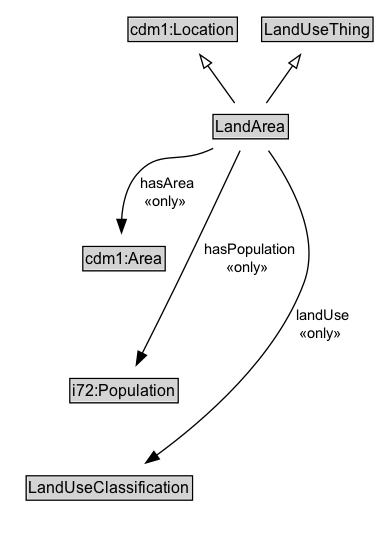
Before: docs/diagrams/LandArea.dot.png, a diagram exported from Graphviz (ISO-TC204/ontology-cdm-p2-v1). Its source is kept beside it as docs/diagrams/LandArea.dot. Its diagram source:
```dot
digraph {
	graph [overlap=false rankdir=TB splines=true]
	node [fontname=Arial fontsize=12 margin=0 shape=none]
	edge [fontname=Arial fontsize=11]
	{
		rank=max
		LandArea [label=<<TABLE BORDER="1" CELLBORDER="0" CELLSPACING="0" CELLPADDING="1"><TR><TD BGCOLOR="lightgray" ALIGN="CENTER" PORT="e">LandArea</TD></TR></TABLE>> URL="../LandArea.md" margin=0]
	}
	subgraph cluster_associated {
		label="" style=invis
		Invis [label=<<TABLE BORDER="0" CELLBORDER="0" CELLSPACING="0" CELLPADDING="1"><TR><TD></TD></TR></TABLE>> margin=0 style=invis]
		cdm1_Area [label=<<TABLE BORDER="1" CELLBORDER="0" CELLSPACING="0" CELLPADDING="1"><TR><TD BGCOLOR="lightgray" ALIGN="CENTER">cdm1:Area</TD></TR></TABLE>> margin=0]
		i72_Population [label=<<TABLE BORDER="1" CELLBORDER="0" CELLSPACING="0" CELLPADDING="1"><TR><TD BGCOLOR="lightgray" ALIGN="CENTER">i72:Population</TD></TR></TABLE>> margin=0]
		LandUseClassification [label=<<TABLE BORDER="1" CELLBORDER="0" CELLSPACING="0" CELLPADDING="1"><TR><TD BGCOLOR="lightgray" ALIGN="CENTER">LandUseClassification</TD></TR></TABLE>> URL="../LandUseClassification.md" margin=0]
	}
	cdm1_Location [label=<<TABLE BORDER="1" CELLBORDER="0" CELLSPACING="0" CELLPADDING="1"><TR><TD BGCOLOR="lightgray" ALIGN="CENTER">cdm1:Location</TD></TR></TABLE>> margin=0]
	LandArea -> cdm1_Location [arrowhead=onormal style=solid]
	LandUseThing [label=<<TABLE BORDER="1" CELLBORDER="0" CELLSPACING="0" CELLPADDING="1"><TR><TD BGCOLOR="lightgray" ALIGN="CENTER">LandUseThing</TD></TR></TABLE>> URL="../LandUseThing.md" margin=0]
	LandArea -> LandUseThing [arrowhead=onormal style=solid]
	LandArea -> Invis [style=invis]
	Invis -> cdm1_Area [style=invis]
	cdm1_Area -> i72_Population [style=invis]
	i72_Population -> LandUseClassification [style=invis]
	LandArea -> cdm1_Area [label=" hasArea
 «only»  " arrowhead=normal style=solid]
	LandArea -> LandUseClassification [label=" landUse
 «only»  " arrowhead=normal style=solid]
	LandArea -> i72_Population [label=" hasPopulation
 «only»  " arrowhead=normal style=solid]
}
```
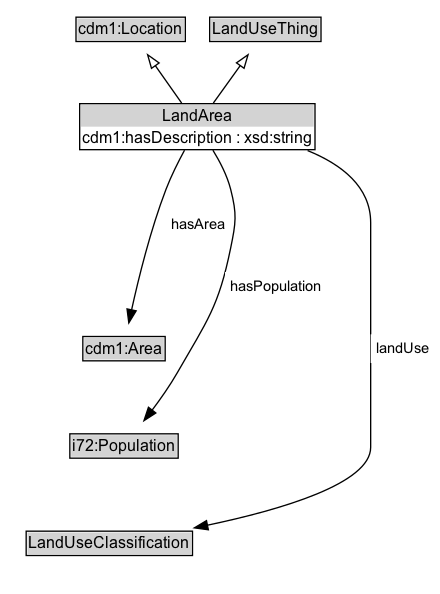
Later version of the same file.

The edit, as a diff of the source:
```diff
@@ -3,28 +3,31 @@
 	node [fontname=Arial fontsize=12 margin=0 shape=none]
 	edge [fontname=Arial fontsize=11]
 	{
+		rank=source
+		cdm1_Location [label=<<TABLE BORDER="1" CELLBORDER="0" CELLSPACING="0" CELLPADDING="1"><TR><TD BGCOLOR="lightgray" ALIGN="CENTER">cdm1:Location</TD></TR></TABLE>> URL="https://w3id.org/citydata/part1/v1/Location" margin=0]
+		LandUseThing [label=<<TABLE BORDER="1" CELLBORDER="0" CELLSPACING="0" CELLPADDING="1"><TR><TD BGCOLOR="lightgray" ALIGN="CENTER">LandUseThing</TD></TR></TABLE>> URL="../LandUseThing" margin=0]
+	}
+	LandArea [label=<<TABLE BORDER="1" CELLBORDER="0" CELLSPACING="0" CELLPADDING="1"><TR><TD BGCOLOR="lightgray" ALIGN="CENTER">LandArea</TD></TR><TR><TD ALIGN="LEFT">cdm1:hasDescription : xsd:string</TD></TR></TABLE>> URL="../LandArea" margin=0]
+	{
 		rank=max
-		LandArea [label=<<TABLE BORDER="1" CELLBORDER="0" CELLSPACING="0" CELLPADDING="1"><TR><TD BGCOLOR="lightgray" ALIGN="CENTER" PORT="e">LandArea</TD></TR></TABLE>> URL="../LandArea.md" margin=0]
 	}
 	subgraph cluster_associated {
 		label="" style=invis
 		Invis [label=<<TABLE BORDER="0" CELLBORDER="0" CELLSPACING="0" CELLPADDING="1"><TR><TD></TD></TR></TABLE>> margin=0 style=invis]
-		cdm1_Area [label=<<TABLE BORDER="1" CELLBORDER="0" CELLSPACING="0" CELLPADDING="1"><TR><TD BGCOLOR="lightgray" ALIGN="CENTER">cdm1:Area</TD></TR></TABLE>> margin=0]
-		i72_Population [label=<<TABLE BORDER="1" CELLBORDER="0" CELLSPACING="0" CELLPADDING="1"><TR><TD BGCOLOR="lightgray" ALIGN="CENTER">i72:Population</TD></TR></TABLE>> margin=0]
-		LandUseClassification [label=<<TABLE BORDER="1" CELLBORDER="0" CELLSPACING="0" CELLPADDING="1"><TR><TD BGCOLOR="lightgray" ALIGN="CENTER">LandUseClassification</TD></TR></TABLE>> URL="../LandUseClassification.md" margin=0]
+		cdm1_Area [label=<<TABLE BORDER="1" CELLBORDER="0" CELLSPACING="0" CELLPADDING="1"><TR><TD BGCOLOR="lightgray" ALIGN="CENTER">cdm1:Area</TD></TR></TABLE>> URL="https://w3id.org/citydata/part1/v1/Area" margin=0]
+		i72_Population [label=<<TABLE BORDER="1" CELLBORDER="0" CELLSPACING="0" CELLPADDING="1"><TR><TD BGCOLOR="lightgray" ALIGN="CENTER">i72:Population</TD></TR></TABLE>> URL="https://w3id.org/citydata/21972/v1/Population" margin=0]
+		LandUseClassification [label=<<TABLE BORDER="1" CELLBORDER="0" CELLSPACING="0" CELLPADDING="1"><TR><TD BGCOLOR="lightgray" ALIGN="CENTER">LandUseClassification</TD></TR></TABLE>> URL="../LandUseClassification" margin=0]
 	}
-	cdm1_Location [label=<<TABLE BORDER="1" CELLBORDER="0" CELLSPACING="0" CELLPADDING="1"><TR><TD BGCOLOR="lightgray" ALIGN="CENTER">cdm1:Location</TD></TR></TABLE>> margin=0]
 	LandArea -> cdm1_Location [arrowhead=onormal style=solid]
-	LandUseThing [label=<<TABLE BORDER="1" CELLBORDER="0" CELLSPACING="0" CELLPADDING="1"><TR><TD BGCOLOR="lightgray" ALIGN="CENTER">LandUseThing</TD></TR></TABLE>> URL="../LandUseThing.md" margin=0]
 	LandArea -> LandUseThing [arrowhead=onormal style=solid]
 	LandArea -> Invis [style=invis]
 	Invis -> cdm1_Area [style=invis]
 	cdm1_Area -> i72_Population [style=invis]
 	i72_Population -> LandUseClassification [style=invis]
-	LandArea -> cdm1_Area [label=" hasArea
- «only»  " arrowhead=normal style=solid]
-	LandArea -> LandUseClassification [label=" landUse
- «only»  " arrowhead=normal style=solid]
-	LandArea -> i72_Population [label=" hasPopulation
- «only»  " arrowhead=normal style=solid]
+	LandUseClassification [label=<<TABLE BORDER="1" CELLBORDER="0" CELLSPACING="0" CELLPADDING="1"><TR><TD BGCOLOR="lightgray" ALIGN="CENTER">LandUseClassification</TD></TR></TABLE>> URL="../LandUseClassification" margin=0]
+	LandArea -> LandUseClassification [label=<<TABLE BORDER="0" CELLBORDER="0" CELLSPACING="0" CELLPADDING="4" BGCOLOR="white"><TR><TD ALIGN="CENTER">landUse</TD></TR></TABLE>> arrowhead=normal style=solid]
+	cdm1_Area [label=<<TABLE BORDER="1" CELLBORDER="0" CELLSPACING="0" CELLPADDING="1"><TR><TD BGCOLOR="lightgray" ALIGN="CENTER">cdm1:Area</TD></TR></TABLE>> URL="https://w3id.org/citydata/part1/v1/Area" margin=0]
+	LandArea -> cdm1_Area [label=<<TABLE BORDER="0" CELLBORDER="0" CELLSPACING="0" CELLPADDING="4" BGCOLOR="white"><TR><TD ALIGN="CENTER">hasArea</TD></TR></TABLE>> arrowhead=normal style=solid]
+	i72_Population [label=<<TABLE BORDER="1" CELLBORDER="0" CELLSPACING="0" CELLPADDING="1"><TR><TD BGCOLOR="lightgray" ALIGN="CENTER">i72:Population</TD></TR></TABLE>> URL="https://w3id.org/citydata/21972/v1/Population" margin=0]
+	LandArea -> i72_Population [label=<<TABLE BORDER="0" CELLBORDER="0" CELLSPACING="0" CELLPADDING="4" BGCOLOR="white"><TR><TD ALIGN="CENTER">hasPopulation</TD></TR></TABLE>> arrowhead=normal style=solid]
 }
```
